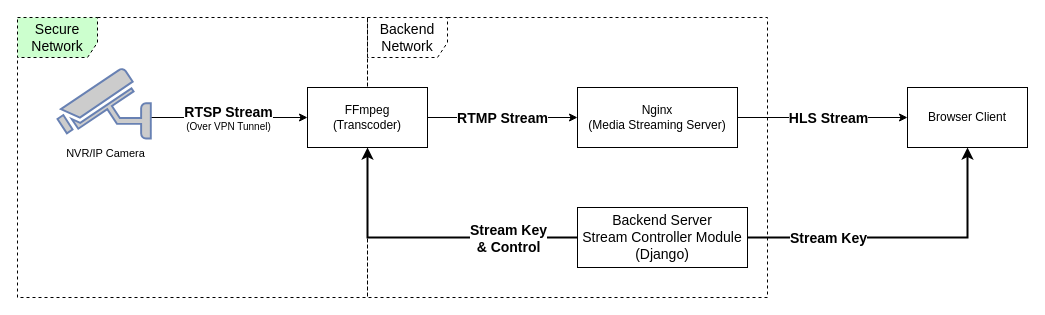
Before: diagrams/LiveStreamArch.drawio in Project-Dragon-Fly/Dragon-Fly-Slides, a draw.io diagram. Source tidied: cells renumbered, new cells numbered last; positions are measured from the earlier drawing's top-left corner, leaving out a move shared by most shapes. Both pictures are drawn from the tidied source at 100%, with x=0, y=0 at pixel (17, 17).
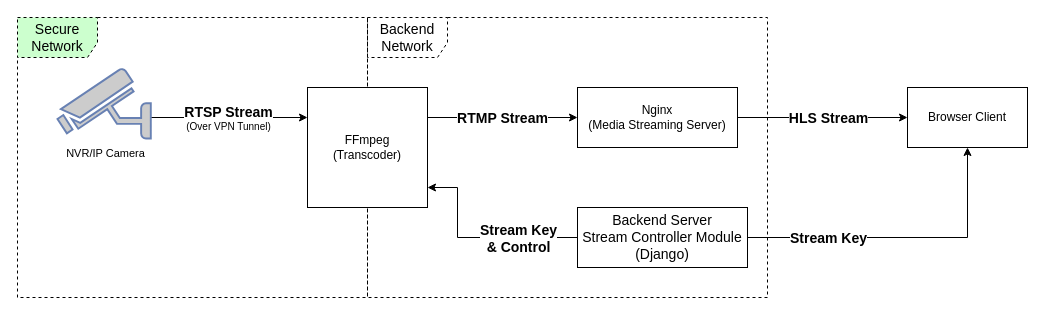
The same diagram, later.

Unchanged cells that the change refers to:
```xml
<mxCell id="12" value="Nginx&lt;br&gt;(Media Streaming Server)" style="whiteSpace=wrap;html=1;rounded=0;" parent="1" vertex="1">
  <mxGeometry x="560" y="70" width="160" height="60" as="geometry" />
</mxCell>
<mxCell id="13" value="Browser Client" style="whiteSpace=wrap;html=1;rounded=0;" parent="1" vertex="1">
  <mxGeometry x="890" y="70" width="120" height="60" as="geometry" />
</mxCell>
<mxCell id="18" value="Backend Server &lt;br&gt;Stream Controller Module&lt;br&gt;(Django)" style="rounded=0;whiteSpace=wrap;html=1;fontSize=14;" parent="1" vertex="1">
  <mxGeometry x="560" y="190" width="170" height="60" as="geometry" />
</mxCell>
```

Diff of the diagram source:
```diff
@@
-    <mxCell id="7" style="edgeStyle=orthogonalEdgeStyle;rounded=0;jettySize=auto;html=1;fontSize=14;" parent="1" edge="1" source="9" target="12">
+    <mxCell id="7" style="edgeStyle=orthogonalEdgeStyle;rounded=0;jettySize=auto;html=1;fontSize=14;exitX=1;exitY=0.25;exitDx=0;exitDy=0;" parent="1" edge="1" source="9" target="12">
       <mxGeometry relative="1" as="geometry" />
     </mxCell>
@@
     <mxCell id="9" value="FFmpeg&lt;br&gt;(Transcoder)" style="rounded=0;whiteSpace=wrap;html=1;" parent="1" vertex="1">
-      <mxGeometry x="290" y="70" width="120" height="60" as="geometry" />
+      <mxGeometry x="290" y="70" width="120" height="120" as="geometry" />
     </mxCell>
@@
-    <mxCell id="14" style="edgeStyle=orthogonalEdgeStyle;rounded=0;jettySize=auto;html=1;entryX=0.5;entryY=1;entryDx=0;entryDy=0;fontSize=14;strokeWidth=2;" parent="1" edge="1" source="18" target="9">
-      <mxGeometry relative="1" as="geometry" />
+    <mxCell id="14" style="edgeStyle=orthogonalEdgeStyle;rounded=0;jettySize=auto;html=1;fontSize=14;strokeWidth=1;" parent="1" edge="1" source="18" target="9">
+      <mxGeometry relative="1" as="geometry">
+        <Array as="points">
+          <mxPoint x="440" y="220" />
+          <mxPoint x="440" y="170" />
+        </Array>
+      </mxGeometry>
     </mxCell>
     <mxCell id="15" value="&lt;b&gt;Stream Key&lt;br&gt;&amp;amp; Control&lt;br&gt;&lt;/b&gt;" style="edgeLabel;html=1;align=center;verticalAlign=middle;fontSize=14;" parent="14" vertex="1">
       <mxGeometry x="-0.14" y="-2" relative="1" as="geometry">
-        <mxPoint x="59" y="2" as="offset" />
+        <mxPoint x="26" y="2" as="offset" />
       </mxGeometry>
     </mxCell>
-    <mxCell id="16" style="edgeStyle=orthogonalEdgeStyle;rounded=0;jettySize=auto;html=1;entryX=0.5;entryY=1;entryDx=0;entryDy=0;fontSize=14;strokeWidth=2;" parent="1" edge="1" source="18" target="13">
+    <mxCell id="16" style="edgeStyle=orthogonalEdgeStyle;rounded=0;jettySize=auto;html=1;entryX=0.5;entryY=1;entryDx=0;entryDy=0;fontSize=14;strokeWidth=1;" parent="1" edge="1" source="18" target="13">
       <mxGeometry relative="1" as="geometry" />
     </mxCell>
```
